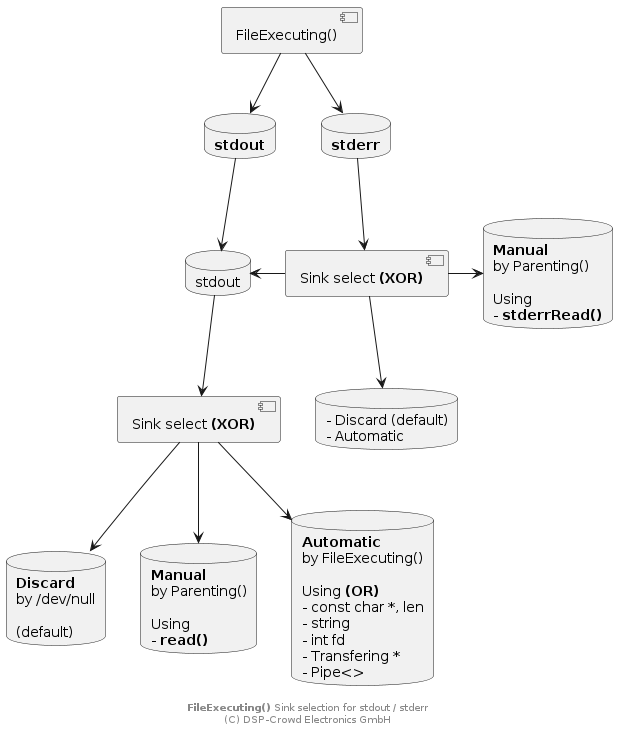
NoOrientationProgramming/ProcessingCommon keeps this PlantUML diagram as doc/system/FileExecuting/fe-sinks.png. Above is the earlier version. The source it was exported from:
```plantuml
@startuml

skinparam backgroundColor #ffffff

component "FileExecuting()" as chld
database "**stdout**" as stdout
database "stdout" as stdout2
database "**stderr**" as stderr
component "Sink select **(XOR)**" as sinkSelStdOut
component "Sink select **(XOR)**" as sinkSelStdErr
database "**Discard**\nby /dev/null\n\n(default)" as sinkDiscard
database "**Manual**\nby Parenting()\n\nUsing\n- **read()**" as sinkManual
database "**Automatic**\nby FileExecuting()\n\nUsing **(OR)**\n- const char *, len\n- string\n- int fd\n- Transfering *\n- Pipe<>" as sinkAuto
database "- Discard (default)\n- Automatic" as sinkComb
database "**Manual**\nby Parenting()\n\nUsing\n- **stderrRead()**" as sinkManual2

chld --> stdout
chld --> stderr
stdout --> stdout2
stdout2 --> sinkSelStdOut
stderr --> sinkSelStdErr
stdout2 <- sinkSelStdErr
sinkSelStdOut --> sinkDiscard
sinkSelStdOut --> sinkManual
sinkSelStdOut --> sinkAuto
sinkSelStdErr -> sinkManual2
sinkSelStdErr --> sinkComb

footer **FileExecuting()** Sink selection for stdout / stderr\n(C) DSP-Crowd Electronics GmbH

@enduml
```
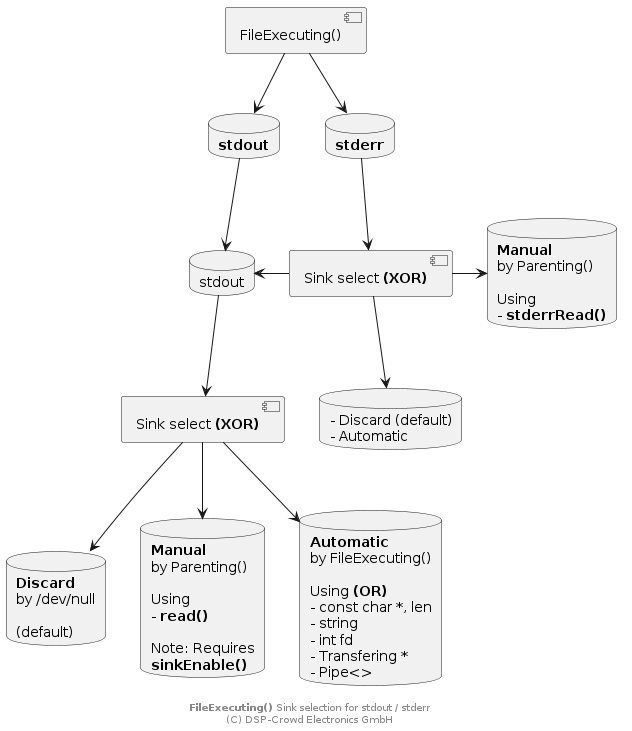
Later version of the same file.

Change to the diagram source:
```diff
@@ -9,7 +9,7 @@
 component "Sink select **(XOR)**" as sinkSelStdOut
 component "Sink select **(XOR)**" as sinkSelStdErr
 database "**Discard**\nby /dev/null\n\n(default)" as sinkDiscard
-database "**Manual**\nby Parenting()\n\nUsing\n- **read()**" as sinkManual
+database "**Manual**\nby Parenting()\n\nUsing\n- **read()**\n\nNote: Requires\n**sinkEnable()**" as sinkManual
 database "**Automatic**\nby FileExecuting()\n\nUsing **(OR)**\n- const char *, len\n- string\n- int fd\n- Transfering *\n- Pipe<>" as sinkAuto
 database "- Discard (default)\n- Automatic" as sinkComb
 database "**Manual**\nby Parenting()\n\nUsing\n- **stderrRead()**" as sinkManual2
```
